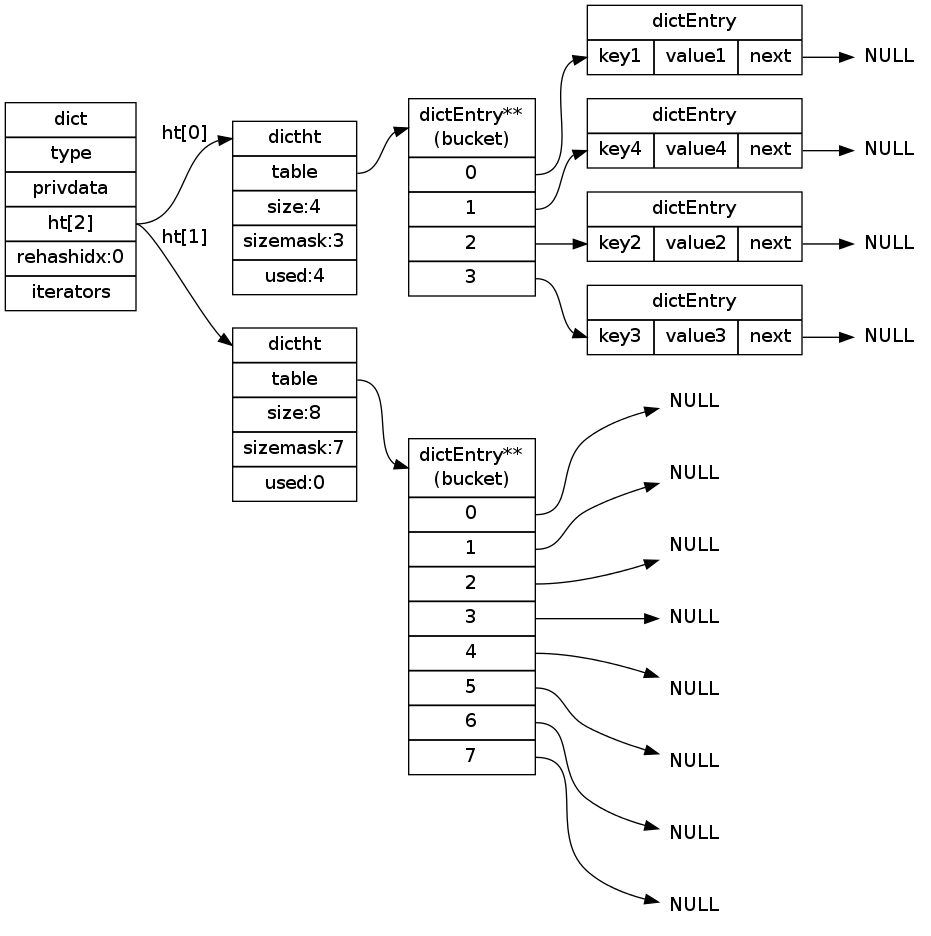
Before: internal-datastruct/image/rehash_step_one.png, a diagram exported from Graphviz (huangzworks/redisbook). Its source is kept beside it as internal-datastruct/image/rehash_step_one.dot. Source of this version:
```dot
digraph rehash_step_one {


    rankdir = LR;

    node[shape=record];


    dict [label="dict | type | privdata |<ht> ht[2] | rehashidx:0 | iterators"];

    ht0 [label="<dictht>dictht |<table> table | size:4 | sizemask:3 | used:4"];

    ht1 [label="<dictht>dictht |<table> table | size:8 | sizemask:7 | used:0"];

    bucket [label="<head>dictEntry**\n(bucket) |<table0> 0 |<table1> 1 |<table2> 2 |<table3> 3 "];

    bucket1 [label="<head>dictEntry**\n(bucket) |<table0> 0 |<table1> 1 |<table2> 2 |<table3> 3 |<table4> 4 |<table5> 5 |<table6> 6 |<table7> 7"];

    pair_1 [label="dictEntry |{<start>key1 | value1 |<next>next}"];

    pair_2 [label="dictEntry |{<start>key2 | value2 |<next>next}"];

    pair_3 [label="dictEntry |{<start>key3 | value3 |<next>next}"];

    pair_4 [label="dictEntry |{<start>key4 | value4 |<next>next}"];

    null0 [label="NULL", shape=plaintext];
    null1 [label="NULL", shape=plaintext];
    null2 [label="NULL", shape=plaintext];
    null3 [label="NULL", shape=plaintext];

    null10 [label="NULL", shape=plaintext];
    null11 [label="NULL", shape=plaintext];
    null12 [label="NULL", shape=plaintext];
    null13 [label="NULL", shape=plaintext];
    null14 [label="NULL", shape=plaintext];
    null15 [label="NULL", shape=plaintext];
    null16 [label="NULL", shape=plaintext];
    null17 [label="NULL", shape=plaintext];


    dict:ht -> ht0:dictht [label="ht[0]"];
    dict:ht -> ht1:dictht [label="ht[1]"];

    ht0:table -> bucket:head;

    ht1:table -> bucket1:head;

    bucket:table0 -> pair_1:start; pair_1:next -> null0;

    bucket:table1 -> pair_4:start; pair_4:next -> null1;

    bucket:table2 -> pair_2:start; pair_2:next -> null2;

    bucket:table3 -> pair_3:start; pair_3:next -> null3;

    bucket1:table0 -> null10;
    bucket1:table1 -> null11;
    bucket1:table2 -> null12;
    bucket1:table3 -> null13;
    bucket1:table4 -> null14;
    bucket1:table5 -> null15;
    bucket1:table6 -> null16;
    bucket1:table7 -> null17;

}
```
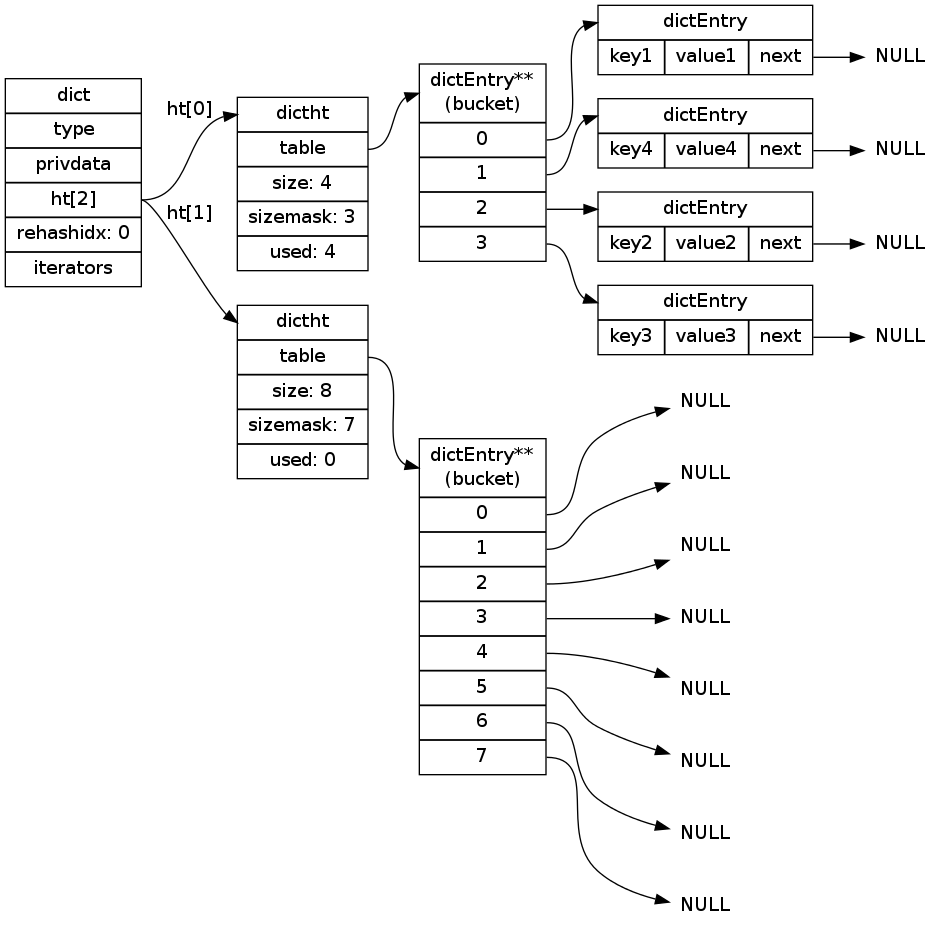
The same file after the commit.

The edit, as a diff of the source:
```diff
@@ -6,23 +6,23 @@
     node[shape=record];
 
 
-    dict [label="dict | type | privdata |<ht> ht[2] | rehashidx:0 | iterators"];
+    dict [label="dict | type | privdata |<ht> ht[2] | rehashidx: 0 | iterators"];
 
-    ht0 [label="<dictht>dictht |<table> table | size:4 | sizemask:3 | used:4"];
+    ht0 [label="<dictht>dictht |<table> table | size: 4 | sizemask: 3 | used: 4"];
 
-    ht1 [label="<dictht>dictht |<table> table | size:8 | sizemask:7 | used:0"];
+    ht1 [label="<dictht>dictht |<table> table | size: 8 | sizemask: 7 | used: 0"];
 
     bucket [label="<head>dictEntry**\n(bucket) |<table0> 0 |<table1> 1 |<table2> 2 |<table3> 3 "];
 
     bucket1 [label="<head>dictEntry**\n(bucket) |<table0> 0 |<table1> 1 |<table2> 2 |<table3> 3 |<table4> 4 |<table5> 5 |<table6> 6 |<table7> 7"];
 
-    pair_1 [label="dictEntry |{<start>key1 | value1 |<next>next}"];
+    pair_1 [label="<head>dictEntry |{key1 | value1 |<next>next}"];
 
-    pair_2 [label="dictEntry |{<start>key2 | value2 |<next>next}"];
+    pair_2 [label="<head>dictEntry |{key2 | value2 |<next>next}"];
 
-    pair_3 [label="dictEntry |{<start>key3 | value3 |<next>next}"];
+    pair_3 [label="<head>dictEntry |{key3 | value3 |<next>next}"];
 
-    pair_4 [label="dictEntry |{<start>key4 | value4 |<next>next}"];
+    pair_4 [label="<head>dictEntry |{key4 | value4 |<next>next}"];
 
     null0 [label="NULL", shape=plaintext];
     null1 [label="NULL", shape=plaintext];
@@ -46,13 +46,13 @@
 
     ht1:table -> bucket1:head;
 
-    bucket:table0 -> pair_1:start; pair_1:next -> null0;
+    bucket:table0 -> pair_1:head; pair_1:next -> null0;
 
-    bucket:table1 -> pair_4:start; pair_4:next -> null1;
+    bucket:table1 -> pair_4:head; pair_4:next -> null1;
 
-    bucket:table2 -> pair_2:start; pair_2:next -> null2;
+    bucket:table2 -> pair_2:head; pair_2:next -> null2;
 
-    bucket:table3 -> pair_3:start; pair_3:next -> null3;
+    bucket:table3 -> pair_3:head; pair_3:next -> null3;
 
     bucket1:table0 -> null10;
     bucket1:table1 -> null11;
```
